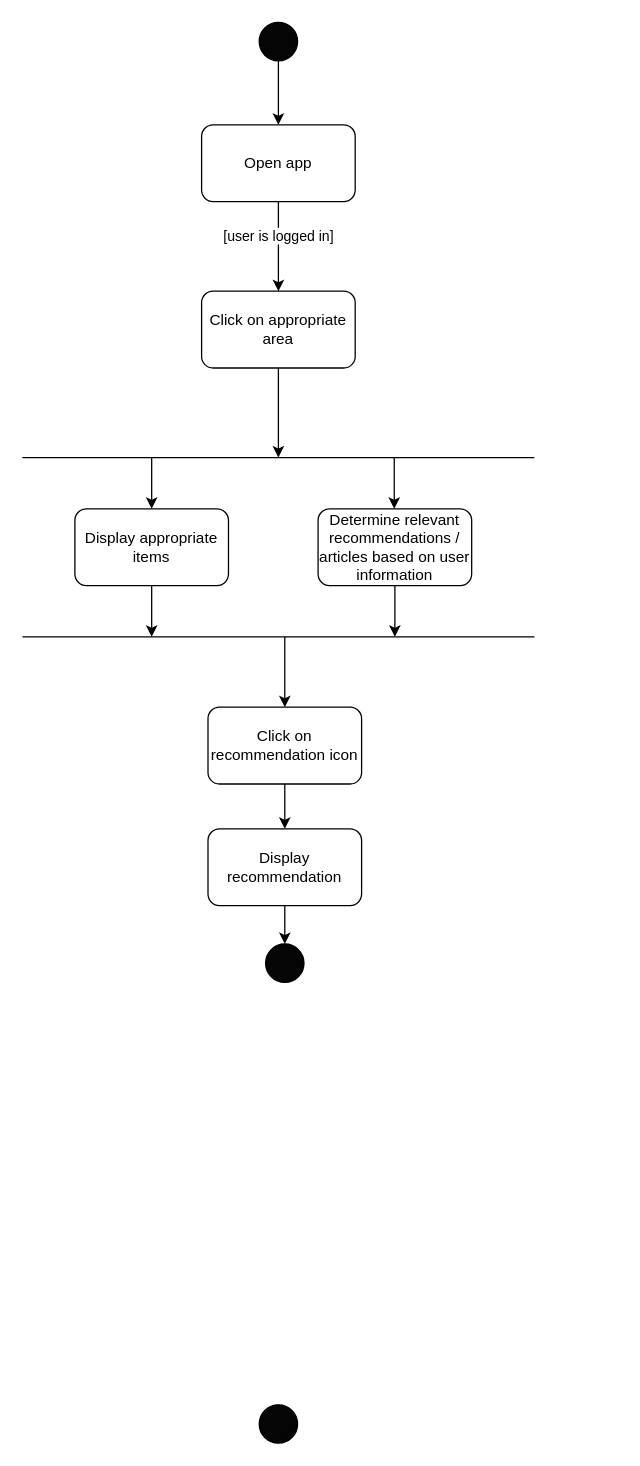
Before: ActivityDiagram_ViewRecommendations.drawio in ahammond3aws/DC2SEN, a draw.io diagram. Source tidied: cells renumbered, new cells numbered last; positions are measured from the earlier drawing's top-left corner, leaving out a move shared by most shapes. Both pictures are drawn from the tidied source at 128%, with x=0, y=0 at pixel (22, 22).
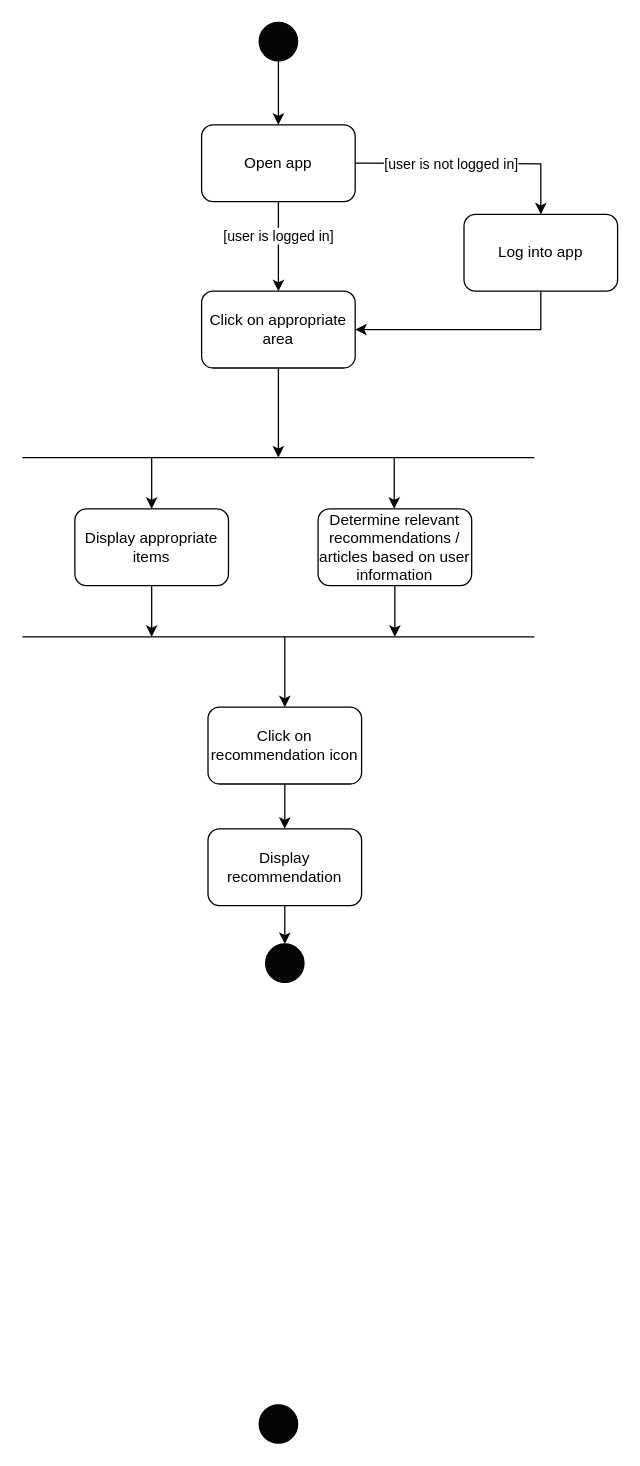
The same page after the edit.

The change refers to these unchanged cells:
```xml
<mxCell id="8" value="Click on appropriate area" style="rounded=1;whiteSpace=wrap;html=1;fillColor=#FFFFFF;" parent="1" vertex="1">
  <mxGeometry x="140" y="210" width="120" height="60" as="geometry" />
</mxCell>
```

Change to the diagram source:
```diff
@@
+    <mxCell id="24" style="edgeStyle=orthogonalEdgeStyle;rounded=0;jettySize=auto;html=1;entryX=0.5;entryY=0;entryDx=0;entryDy=0;" parent="1" edge="1" target="27">
+      <mxGeometry relative="1" as="geometry">
+        <mxPoint x="260" y="110" as="sourcePoint" />
+      </mxGeometry>
+    </mxCell>
+    <mxCell id="25" value="[user is not logged in]" style="edgeLabel;html=1;align=center;verticalAlign=middle;" parent="24" vertex="1">
+      <mxGeometry x="-0.53" y="-2" relative="1" as="geometry">
+        <mxPoint x="32" y="-2" as="offset" />
+      </mxGeometry>
+    </mxCell>
+    <mxCell id="26" style="edgeStyle=orthogonalEdgeStyle;rounded=0;jettySize=auto;html=1;entryX=1;entryY=0.5;entryDx=0;entryDy=0;" parent="1" edge="1" source="27" target="8">
+      <mxGeometry relative="1" as="geometry">
+        <Array as="points">
+          <mxPoint x="405" y="240" />
+        </Array>
+      </mxGeometry>
+    </mxCell>
+    <mxCell id="27" value="Log into app" style="rounded=1;whiteSpace=wrap;html=1;fillColor=#FFFFFF;" parent="1" vertex="1">
+      <mxGeometry x="345" y="150" width="120" height="60" as="geometry" />
+    </mxCell>
```
